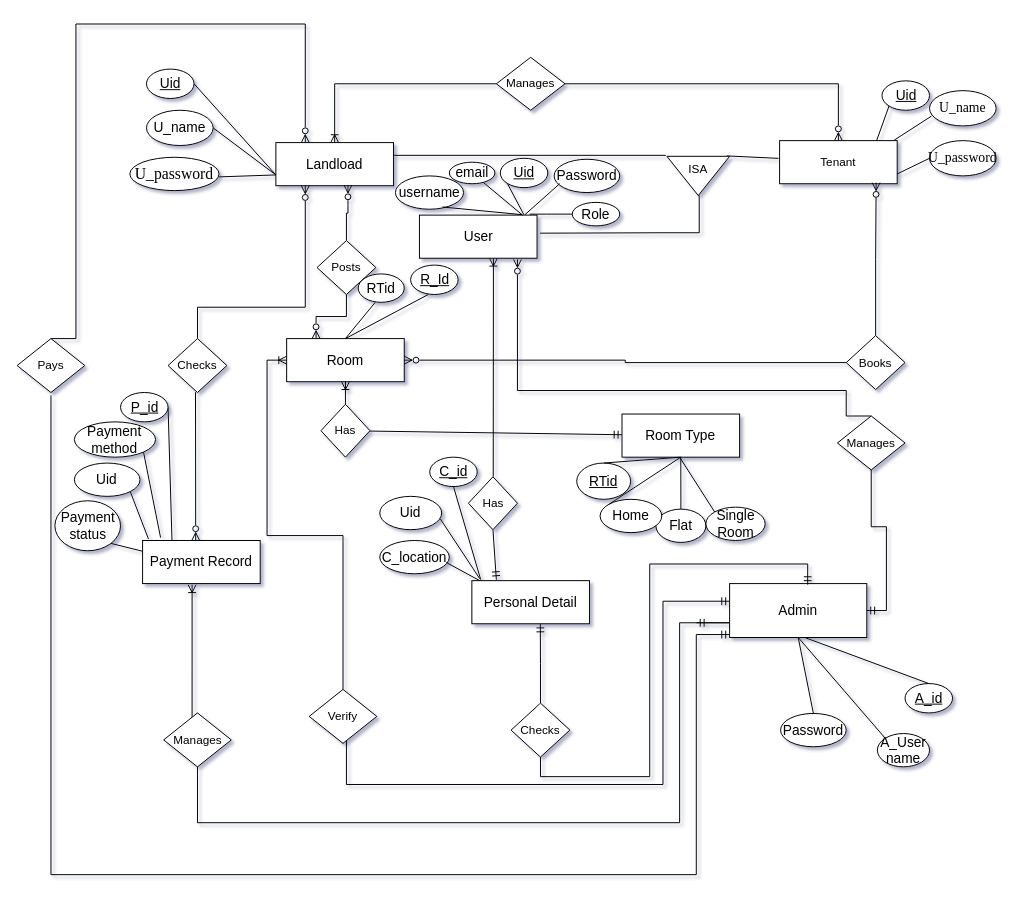
Before: page "ERD" (3 of 7) of GharBeti(Diagrams).drawio in Sbdpratik/gharbeti, a draw.io diagram. Source tidied: cells renumbered, new cells numbered last; positions are measured from the earlier drawing's top-left corner, leaving out a move shared by most shapes. Both pictures are drawn from the tidied source at 98%, with x=0, y=0 at pixel (17, 24).
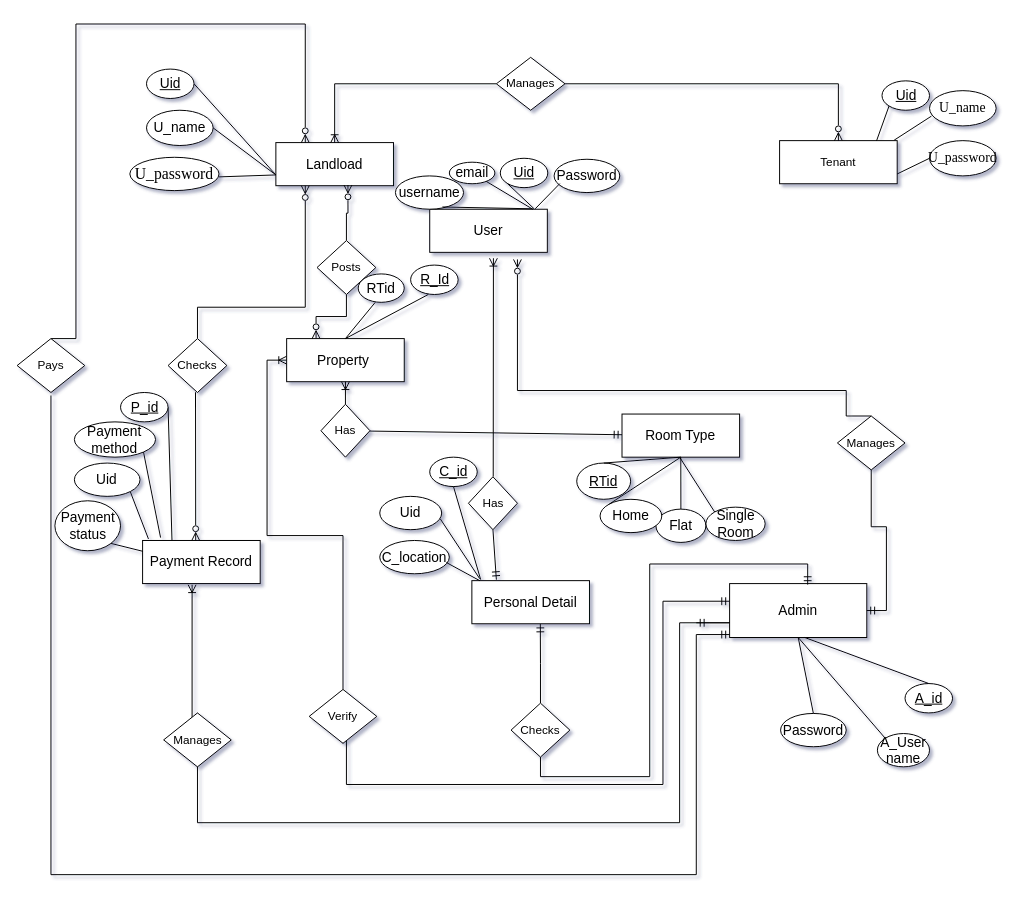
After the change.

Unchanged cells that the change refers to:
```xml
<mxCell id="5" value="Tenant" style="rounded=0;whiteSpace=wrap;html=1;" parent="1" vertex="1">
  <mxGeometry x="778" y="119" width="120" height="44" as="geometry" />
</mxCell>
```

The edit, as a diff of the source:
```diff
@@
-    <mxCell id="2" style="rounded=0;orthogonalLoop=1;jettySize=auto;html=1;endArrow=none;endFill=0;" parent="1" edge="1">
-      <mxGeometry relative="1" as="geometry">
-        <mxPoint x="383" y="134" as="sourcePoint" />
-        <mxPoint x="662" y="134" as="targetPoint" />
-      </mxGeometry>
-    </mxCell>
@@
-    <mxCell id="4" style="jettySize=auto;html=1;exitX=-0.01;exitY=0.411;exitDx=0;exitDy=0;endArrow=none;endFill=0;rounded=0;entryX=-0.011;entryY=0.063;entryDx=0;entryDy=0;entryPerimeter=0;exitPerimeter=0;" parent="1" edge="1" source="5">
-      <mxGeometry relative="1" as="geometry">
-        <mxPoint x="724" y="134.6" as="targetPoint" />
-      </mxGeometry>
-    </mxCell>
@@
-    <mxCell id="6" style="edgeStyle=orthogonalEdgeStyle;rounded=0;jettySize=auto;html=1;exitX=1;exitY=0.5;exitDx=0;exitDy=0;endArrow=none;endFill=0;entryX=1.026;entryY=0.419;entryDx=0;entryDy=0;entryPerimeter=0;" parent="1" edge="1" source="7" target="9">
-      <mxGeometry relative="1" as="geometry">
-        <Array as="points">
-          <mxPoint x="696" y="175" />
-          <mxPoint x="696" y="213" />
-          <mxPoint x="659" y="213" />
-        </Array>
-      </mxGeometry>
-    </mxCell>
-    <mxCell id="7" value="ISA" style="triangle;rotation=90;textDirection=ltr;labelPosition=center;verticalLabelPosition=middle;align=center;verticalAlign=top;horizontal=0;" parent="1" vertex="1">
-      <mxGeometry x="675" y="123" width="40" height="64" as="geometry" />
-    </mxCell>
@@
     <mxCell id="9" value="&lt;font style=&quot;font-size: 14px&quot;&gt;User&lt;/font&gt;" style="rounded=0;whiteSpace=wrap;html=1;" parent="1" vertex="1">
-      <mxGeometry x="410.5" y="195" width="120" height="44" as="geometry" />
+      <mxGeometry x="421" y="189" width="120" height="44" as="geometry" />
     </mxCell>
-    <mxCell id="10" value="&lt;font style=&quot;font-size: 14px&quot;&gt;Room&lt;/font&gt;" style="rounded=0;whiteSpace=wrap;html=1;" parent="1" vertex="1">
+    <mxCell id="10" value="&lt;span style=&quot;font-size: 14px;&quot;&gt;Property&amp;nbsp;&lt;/span&gt;" style="rounded=0;whiteSpace=wrap;html=1;" parent="1" vertex="1">
       <mxGeometry x="275" y="321" width="120" height="44" as="geometry" />
     </mxCell>
@@
-    <mxCell id="28" style="edgeStyle=orthogonalEdgeStyle;rounded=0;jettySize=auto;html=1;exitX=0;exitY=0.5;exitDx=0;exitDy=0;startArrow=none;startFill=0;endArrow=ERzeroToMany;endFill=0;" parent="1" edge="1" source="30" target="10">
-      <mxGeometry relative="1" as="geometry" />
-    </mxCell>
-    <mxCell id="29" style="edgeStyle=orthogonalEdgeStyle;rounded=0;jettySize=auto;html=1;exitX=0.5;exitY=0;exitDx=0;exitDy=0;entryX=0.821;entryY=0.974;entryDx=0;entryDy=0;entryPerimeter=0;startArrow=none;startFill=0;endArrow=ERzeroToMany;endFill=0;" parent="1" edge="1" source="30" target="5">
-      <mxGeometry relative="1" as="geometry" />
-    </mxCell>
-    <mxCell id="30" value="Books" style="rhombus;whiteSpace=wrap;html=1;" parent="1" vertex="1">
-      <mxGeometry x="846" y="318" width="60" height="55" as="geometry" />
-    </mxCell>
@@
-    <mxCell id="47" style="edgeStyle=orthogonalEdgeStyle;rounded=0;jettySize=auto;html=1;exitX=0;exitY=0.5;exitDx=0;exitDy=0;startArrow=none;startFill=0;endArrow=none;endFill=0;" parent="1" edge="1" source="48">
-      <mxGeometry relative="1" as="geometry">
-        <mxPoint x="523" y="194" as="targetPoint" />
-        <Array as="points">
-          <mxPoint x="540" y="194" />
-        </Array>
-      </mxGeometry>
-    </mxCell>
-    <mxCell id="48" value="Role" style="ellipse;whiteSpace=wrap;html=1;fontSize=14;" parent="1" vertex="1">
-      <mxGeometry x="566.4" y="182" width="48.5" height="24" as="geometry" />
-    </mxCell>
```
